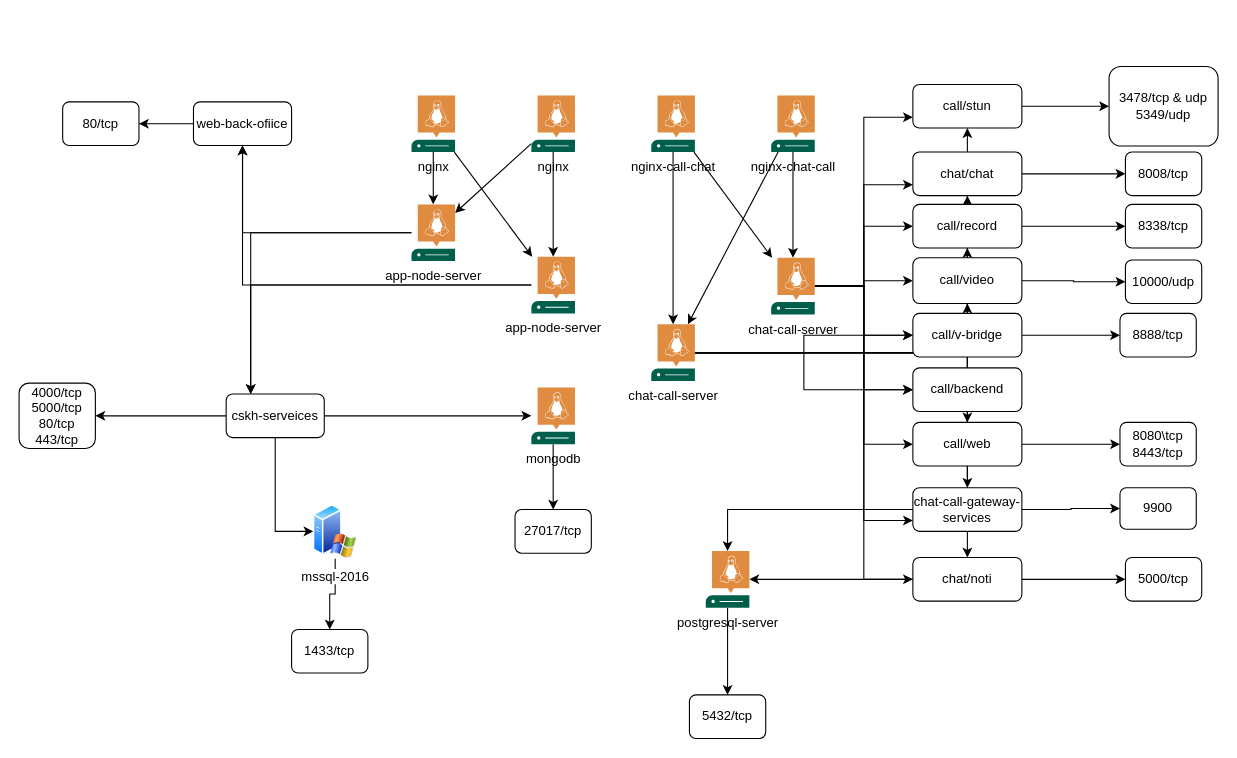
nguyentrihau/map-env keeps this draw.io diagram as Biểu đồ không có tiêu đề.drawio. Above is the earlier version. Source tidied: cells renumbered, new cells numbered last; positions are measured from the earlier drawing's top-left corner, leaving out a move shared by most shapes. Both pictures are drawn from the tidied source at 109%, with x=0, y=0 at pixel (19, 66).
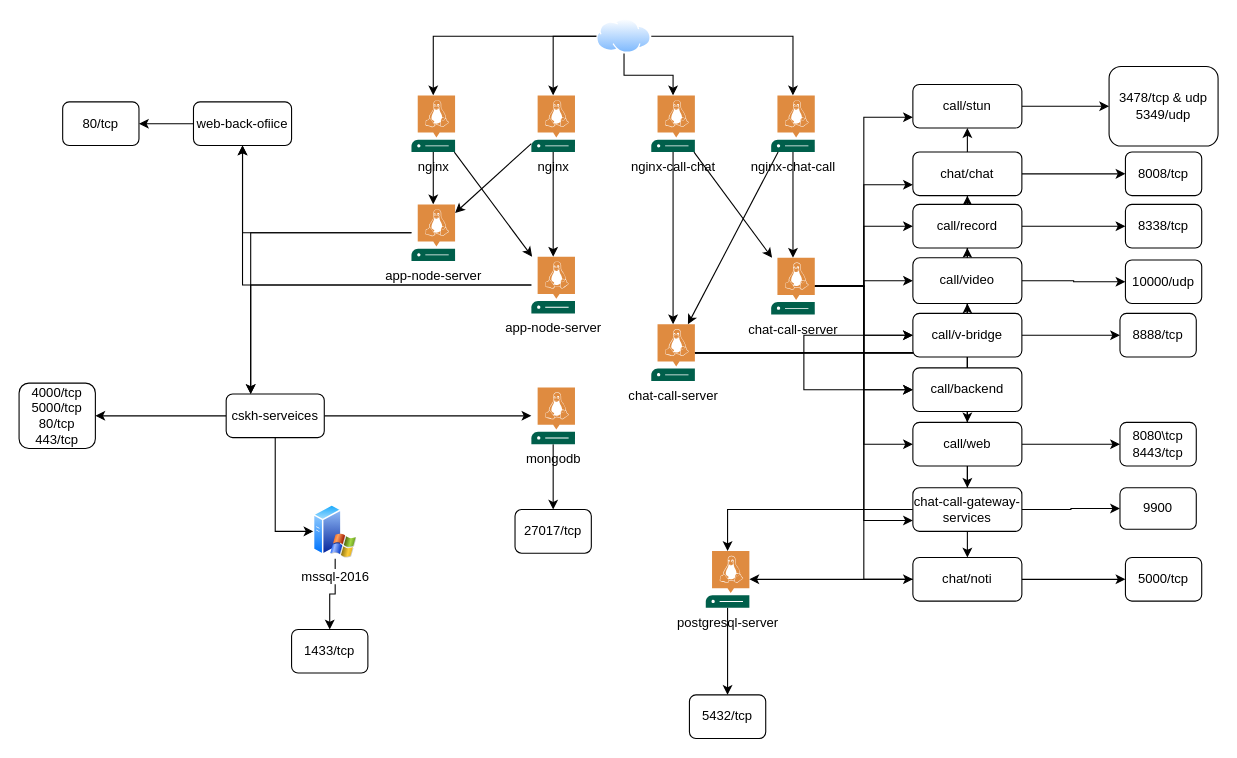
Above is the later version.

Unchanged cells that the change refers to:
```xml
<mxCell id="5" value="nginx" style="sketch=0;shadow=0;dashed=0;html=1;strokeColor=none;fillColor=#005F4B;labelPosition=center;verticalLabelPosition=bottom;verticalAlign=top;align=center;outlineConnect=0;shape=mxgraph.veeam2.linux_server;" parent="1" vertex="1">
  <mxGeometry x="470" y="26" width="40" height="52" as="geometry" />
</mxCell>
<mxCell id="7" value="nginx-chat-call" style="sketch=0;shadow=0;dashed=0;html=1;strokeColor=none;fillColor=#005F4B;labelPosition=center;verticalLabelPosition=bottom;verticalAlign=top;align=center;outlineConnect=0;shape=mxgraph.veeam2.linux_server;" parent="1" vertex="1">
  <mxGeometry x="690" y="26" width="40" height="52" as="geometry" />
</mxCell>
<mxCell id="9" value="nginx" style="sketch=0;shadow=0;dashed=0;html=1;strokeColor=none;fillColor=#005F4B;labelPosition=center;verticalLabelPosition=bottom;verticalAlign=top;align=center;outlineConnect=0;shape=mxgraph.veeam2.linux_server;" parent="1" vertex="1">
  <mxGeometry x="360" y="26" width="40" height="52" as="geometry" />
</mxCell>
<mxCell id="24" value="nginx-call-chat" style="sketch=0;shadow=0;dashed=0;html=1;strokeColor=none;fillColor=#005F4B;labelPosition=center;verticalLabelPosition=bottom;verticalAlign=top;align=center;outlineConnect=0;shape=mxgraph.veeam2.linux_server;labelBorderColor=none;labelBackgroundColor=none;" parent="1" vertex="1">
  <mxGeometry x="580" y="26" width="40" height="52" as="geometry" />
</mxCell>
```

The edit, as a diff of the source:
```diff
@@
+    <mxCell id="84" style="edgeStyle=orthogonalEdgeStyle;rounded=0;jettySize=auto;html=1;" parent="1" edge="1" source="88" target="9">
+      <mxGeometry relative="1" as="geometry" />
+    </mxCell>
+    <mxCell id="85" style="edgeStyle=orthogonalEdgeStyle;rounded=0;jettySize=auto;html=1;" parent="1" edge="1" source="88" target="5">
+      <mxGeometry relative="1" as="geometry" />
+    </mxCell>
+    <mxCell id="86" style="edgeStyle=orthogonalEdgeStyle;rounded=0;jettySize=auto;html=1;" parent="1" edge="1" source="88" target="7">
+      <mxGeometry relative="1" as="geometry" />
+    </mxCell>
+    <mxCell id="87" style="edgeStyle=orthogonalEdgeStyle;rounded=0;jettySize=auto;html=1;" parent="1" edge="1" source="88" target="24">
+      <mxGeometry relative="1" as="geometry" />
+    </mxCell>
+    <mxCell id="88" style="image;perimeter=ellipsePerimeter;html=1;align=center;shadow=0;dashed=0;spacingTop=3;image=img/lib/active_directory/internet_cloud.svg;" parent="1" vertex="1">
+      <mxGeometry x="530" y="-44" width="50" height="31.5" as="geometry" />
+    </mxCell>
```
